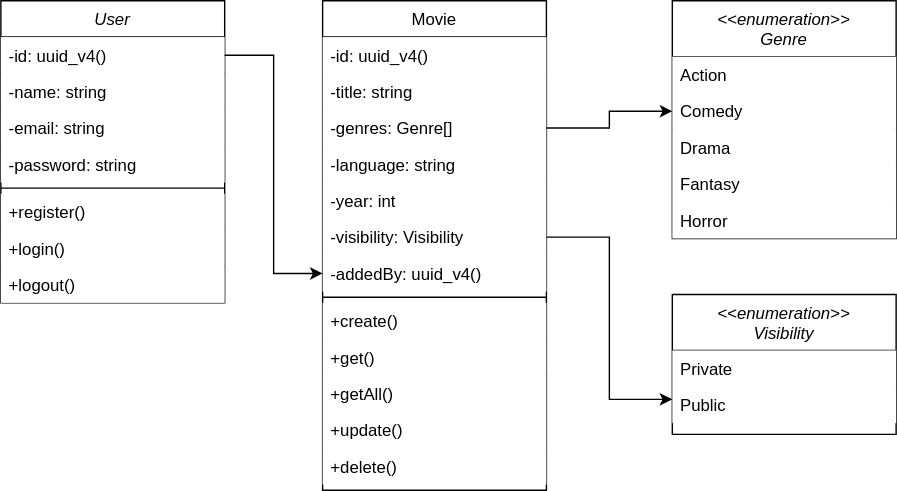
Earlier version of the draw.io export class-diagram.svg (mac8905/movies-api). Source tidied: cells renumbered, new cells last; positions are measured from the earlier drawing's top-left corner, leaving out a move shared by most shapes.
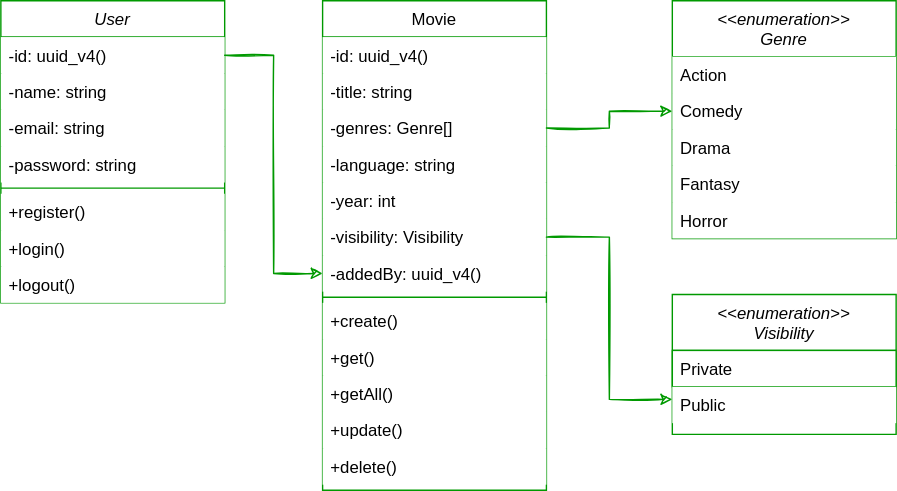
Later version of the same file.

The edit, as a diff of the source:
```diff
@@ -2,7 +2,7 @@
   <root>
     <mxCell id="0" />
     <mxCell id="1" parent="0" />
-    <mxCell id="2" value="User" style="swimlane;fontStyle=2;align=center;verticalAlign=top;horizontal=1;startSize=26;rounded=0;shadow=0;strokeWidth=1;" parent="1" vertex="1">
+    <mxCell id="2" value="User" style="swimlane;fontStyle=2;align=center;verticalAlign=top;horizontal=1;startSize=26;rounded=0;shadow=0;strokeWidth=1;strokeColor=#009900;" parent="1" vertex="1">
       <mxGeometry width="160" height="216" as="geometry" />
     </mxCell>
     <mxCell id="3" value="-id: uuid_v4()" style="text;align=left;verticalAlign=top;spacingLeft=4;spacingRight=4;overflow=hidden;points=[[0,0.5],[1,0.5]];portConstraint=eastwest;fillColor=default;" parent="2" vertex="1">
@@ -17,7 +17,7 @@
     <mxCell id="6" value="-password: string" style="text;align=left;verticalAlign=top;spacingLeft=4;spacingRight=4;overflow=hidden;rounded=0;shadow=0;html=0;fillColor=default;" parent="2" vertex="1">
       <mxGeometry y="104" width="160" height="26" as="geometry" />
     </mxCell>
-    <mxCell id="7" style="line;html=1;strokeWidth=1;align=left;verticalAlign=middle;spacingTop=-1;spacingLeft=3;spacingRight=3;labelPosition=right;fillColor=default;" parent="2" vertex="1">
+    <mxCell id="7" style="line;html=1;strokeWidth=1;align=left;verticalAlign=middle;spacingTop=-1;spacingLeft=3;spacingRight=3;labelPosition=right;fillColor=default;strokeColor=#009900;" parent="2" vertex="1">
       <mxGeometry y="130" width="160" height="8" as="geometry" />
     </mxCell>
     <mxCell id="8" value="+register()" style="text;align=left;verticalAlign=top;spacingLeft=4;spacingRight=4;overflow=hidden;fillColor=default;" parent="2" vertex="1">
@@ -29,7 +29,7 @@
     <mxCell id="10" value="+logout()" style="text;align=left;verticalAlign=top;spacingLeft=4;spacingRight=4;overflow=hidden;fillColor=default;" parent="2" vertex="1">
       <mxGeometry y="190" width="160" height="26" as="geometry" />
     </mxCell>
-    <mxCell id="11" value="Movie" style="swimlane;fontStyle=0;align=center;verticalAlign=top;horizontal=1;startSize=26;rounded=0;shadow=0;strokeWidth=1;" parent="1" vertex="1">
+    <mxCell id="11" value="Movie" style="swimlane;fontStyle=0;align=center;verticalAlign=top;horizontal=1;startSize=26;rounded=0;shadow=0;strokeWidth=1;strokeColor=#009900;" parent="1" vertex="1">
       <mxGeometry x="230" width="160" height="350" as="geometry" />
     </mxCell>
     <mxCell id="12" value="-id: uuid_v4()" style="text;align=left;verticalAlign=top;spacingLeft=4;spacingRight=4;overflow=hidden;fillColor=default;" parent="11" vertex="1">
@@ -53,7 +53,7 @@
     <mxCell id="18" value="-addedBy: uuid_v4()" style="text;align=left;verticalAlign=top;spacingLeft=4;spacingRight=4;overflow=hidden;points=[[0,0.5],[1,0.5]];portConstraint=eastwest;rounded=0;shadow=0;html=0;fillColor=default;" parent="11" vertex="1">
       <mxGeometry y="182" width="160" height="26" as="geometry" />
     </mxCell>
-    <mxCell id="19" style="line;html=1;strokeWidth=1;align=left;verticalAlign=middle;spacingTop=-1;spacingLeft=3;spacingRight=3;labelPosition=right;fillColor=default;" parent="11" vertex="1">
+    <mxCell id="19" style="line;html=1;strokeWidth=1;align=left;verticalAlign=middle;spacingTop=-1;spacingLeft=3;spacingRight=3;labelPosition=right;fillColor=default;strokeColor=#009900;" parent="11" vertex="1">
       <mxGeometry y="208" width="160" height="8" as="geometry" />
     </mxCell>
     <mxCell id="20" value="+create()" style="text;align=left;verticalAlign=top;spacingLeft=4;spacingRight=4;overflow=hidden;fillColor=default;" parent="11" vertex="1">
@@ -71,7 +71,7 @@
     <mxCell id="24" value="+delete()" style="text;align=left;verticalAlign=top;spacingLeft=4;spacingRight=4;overflow=hidden;fillColor=default;" parent="11" vertex="1">
       <mxGeometry y="320" width="160" height="26" as="geometry" />
     </mxCell>
-    <mxCell id="25" value="&lt;&lt;enumeration&gt;&gt;&#10;Genre" style="swimlane;fontStyle=2;align=center;verticalAlign=top;horizontal=1;startSize=40;rounded=0;shadow=0;strokeWidth=1;" parent="1" vertex="1">
+    <mxCell id="25" value="&lt;&lt;enumeration&gt;&gt;&#10;Genre" style="swimlane;fontStyle=2;align=center;verticalAlign=top;horizontal=1;startSize=40;rounded=0;shadow=0;strokeWidth=1;strokeColor=#009900;" parent="1" vertex="1">
       <mxGeometry x="480" width="160" height="170" as="geometry" />
     </mxCell>
     <mxCell id="26" value="Action" style="text;align=left;verticalAlign=top;spacingLeft=4;spacingRight=4;overflow=hidden;rounded=0;shadow=0;html=0;fillColor=default;" parent="25" vertex="1">
@@ -89,22 +89,22 @@
     <mxCell id="30" value="Horror" style="text;align=left;verticalAlign=top;spacingLeft=4;spacingRight=4;overflow=hidden;rounded=0;shadow=0;html=0;fillColor=default;" parent="25" vertex="1">
       <mxGeometry y="144" width="160" height="26" as="geometry" />
     </mxCell>
-    <mxCell id="31" style="edgeStyle=orthogonalEdgeStyle;rounded=0;jettySize=auto;html=1;entryX=0;entryY=0.5;entryDx=0;entryDy=0;" parent="1" edge="1" source="14" target="27">
+    <mxCell id="31" style="edgeStyle=orthogonalEdgeStyle;rounded=0;jettySize=auto;html=1;entryX=0;entryY=0.5;entryDx=0;entryDy=0;sketch=1;strokeColor=#009900;" parent="1" edge="1" source="14" target="27">
       <mxGeometry relative="1" as="geometry" />
     </mxCell>
-    <mxCell id="32" value="&lt;&lt;enumeration&gt;&gt;&#10;Visibility" style="swimlane;fontStyle=2;align=center;verticalAlign=top;horizontal=1;startSize=40;rounded=0;shadow=0;strokeWidth=1;" parent="1" vertex="1">
+    <mxCell id="32" value="&lt;&lt;enumeration&gt;&gt;&#10;Visibility" style="swimlane;fontStyle=2;align=center;verticalAlign=top;horizontal=1;startSize=40;rounded=0;shadow=0;strokeWidth=1;strokeColor=#009900;" parent="1" vertex="1">
       <mxGeometry x="480" y="210" width="160" height="100" as="geometry" />
     </mxCell>
-    <mxCell id="33" value="Private" style="text;align=left;verticalAlign=top;spacingLeft=4;spacingRight=4;overflow=hidden;rounded=0;shadow=0;html=0;fillColor=default;" parent="32" vertex="1">
+    <mxCell id="33" value="Private" style="text;align=left;verticalAlign=top;spacingLeft=4;spacingRight=4;overflow=hidden;rounded=0;shadow=0;html=0;fillColor=default;strokeColor=#009900;" parent="32" vertex="1">
       <mxGeometry y="40" width="160" height="26" as="geometry" />
     </mxCell>
     <mxCell id="34" value="Public" style="text;align=left;verticalAlign=top;spacingLeft=4;spacingRight=4;overflow=hidden;rounded=0;shadow=0;html=0;fillColor=default;" parent="32" vertex="1">
       <mxGeometry y="66" width="160" height="26" as="geometry" />
     </mxCell>
-    <mxCell id="35" style="edgeStyle=orthogonalEdgeStyle;rounded=0;jettySize=auto;html=1;exitX=1;exitY=0.5;exitDx=0;exitDy=0;entryX=0;entryY=0.75;entryDx=0;entryDy=0;" parent="1" edge="1" source="17" target="32">
+    <mxCell id="35" style="edgeStyle=orthogonalEdgeStyle;rounded=0;jettySize=auto;html=1;exitX=1;exitY=0.5;exitDx=0;exitDy=0;entryX=0;entryY=0.75;entryDx=0;entryDy=0;sketch=1;strokeColor=#009900;" parent="1" edge="1" source="17" target="32">
       <mxGeometry relative="1" as="geometry" />
     </mxCell>
-    <mxCell id="36" style="edgeStyle=orthogonalEdgeStyle;rounded=0;jettySize=auto;html=1;entryX=0;entryY=0.5;entryDx=0;entryDy=0;" parent="1" edge="1" source="3" target="18">
+    <mxCell id="36" style="edgeStyle=orthogonalEdgeStyle;rounded=0;jettySize=auto;html=1;entryX=0;entryY=0.5;entryDx=0;entryDy=0;sketch=1;strokeColor=#009900;" parent="1" edge="1" source="3" target="18">
       <mxGeometry relative="1" as="geometry" />
     </mxCell>
   </root>
```
